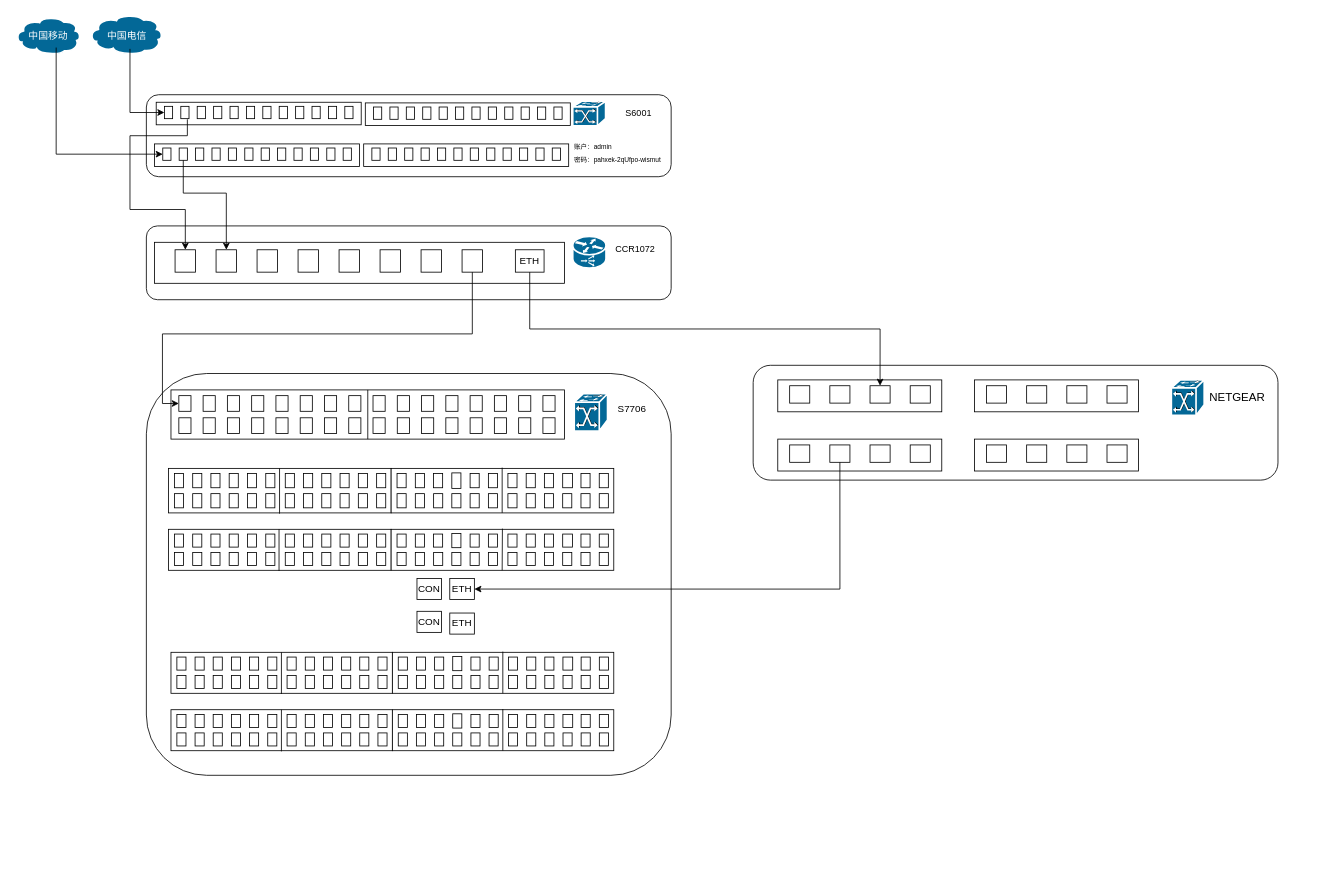
This is rhzy-network.drawio from asharca/drawio, a draw.io file, before an edit. Source tidied: cells renumbered, new cells numbered last; positions are measured from the earlier drawing's top-left corner, leaving out a move shared by most shapes. Both pictures are drawn from the tidied source at 82%, with x=0, y=0 at pixel (15, 14). Pictures stored in the file or linked from it are replaced by grey dashed boxes.
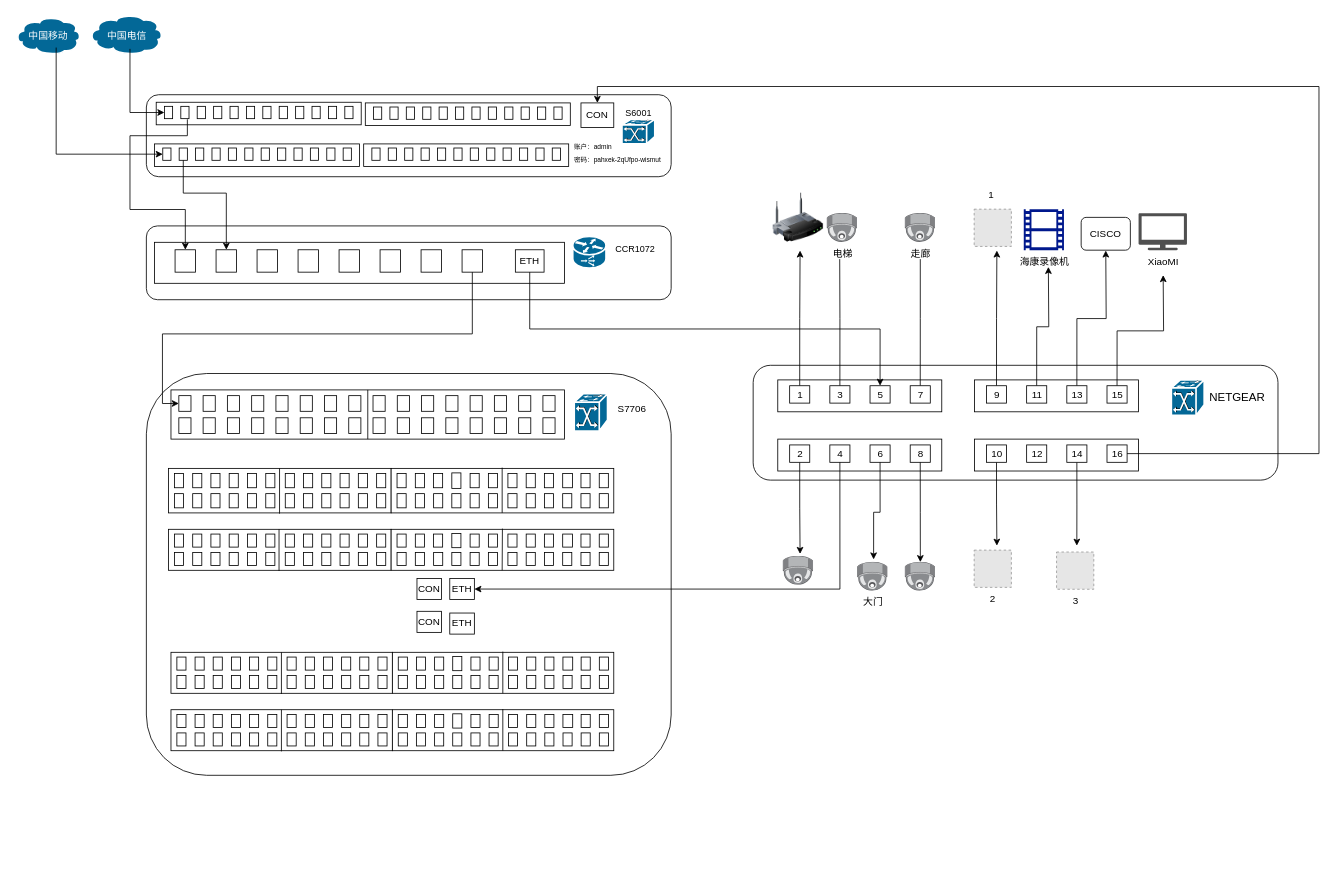
After the change.

The change refers to these unchanged cells:
```xml
<mxCell id="388" style="group;" parent="384" vertex="1">
  <mxGeometry x="30" y="17.8" width="200" height="38.9" as="geometry" />
</mxCell>
<mxCell id="394" style="group;" parent="384" vertex="1">
  <mxGeometry x="30" y="90" width="200" height="38.9" as="geometry" />
</mxCell>
<mxCell id="400" style="group;" parent="384" vertex="1">
  <mxGeometry x="270" y="17.8" width="200" height="38.9" as="geometry" />
</mxCell>
<mxCell id="406" style="group;" parent="384" vertex="1">
  <mxGeometry x="270" y="90" width="200" height="38.9" as="geometry" />
</mxCell>
```

Diff of the diagram source:
```diff
@@
     <mxCell id="3" style="shape=mxgraph.cisco.switches.atm_fast_gigabit_etherswitch;sketch=0;html=1;dashed=0;fillColor=#036897;strokeColor=#ffffff;strokeWidth=2;verticalLabelPosition=bottom;verticalAlign=top;align=center;" parent="1" vertex="1">
-      <mxGeometry x="680" y="106" width="40" height="30" as="geometry" />
+      <mxGeometry x="740" y="128" width="40" height="30" as="geometry" />
     </mxCell>
@@
+    <mxCell id="414" style="edgeStyle=orthogonalEdgeStyle;rounded=0;jettySize=auto;html=1;exitX=0.5;exitY=0;exitDx=0;exitDy=0;" parent="388" edge="1" source="390">
+      <mxGeometry relative="1" as="geometry">
+        <mxPoint x="27.2" y="-157.8" as="targetPoint" />
+      </mxGeometry>
+    </mxCell>
-    <mxCell id="390" style="rounded=0;whiteSpace=wrap;html=1;" parent="388" vertex="1">
+    <mxCell id="390" value="1" style="rounded=0;whiteSpace=wrap;html=1;" parent="388" vertex="1">
       <mxGeometry x="14.5" y="7.1" width="24.5" height="21.2" as="geometry" />
     </mxCell>
+    <mxCell id="415" style="edgeStyle=orthogonalEdgeStyle;rounded=0;jettySize=auto;html=1;exitX=0.5;exitY=0;exitDx=0;exitDy=0;" parent="388" edge="1" source="391">
+      <mxGeometry relative="1" as="geometry">
+        <mxPoint x="75.5" y="-157.8" as="targetPoint" />
+      </mxGeometry>
+    </mxCell>
-    <mxCell id="391" style="rounded=0;whiteSpace=wrap;html=1;" parent="388" vertex="1">
+    <mxCell id="391" value="3" style="rounded=0;whiteSpace=wrap;html=1;" parent="388" vertex="1">
       <mxGeometry x="63.5" y="7.1" width="24.5" height="21.2" as="geometry" />
     </mxCell>
-    <mxCell id="392" style="rounded=0;whiteSpace=wrap;html=1;" parent="388" vertex="1">
+    <mxCell id="392" value="5" style="rounded=0;whiteSpace=wrap;html=1;" parent="388" vertex="1">
       <mxGeometry x="112.5" y="7.1" width="24.5" height="21.2" as="geometry" />
     </mxCell>
+    <mxCell id="416" style="edgeStyle=orthogonalEdgeStyle;rounded=0;jettySize=auto;html=1;exitX=0.5;exitY=0;exitDx=0;exitDy=0;" parent="388" edge="1" source="393">
+      <mxGeometry relative="1" as="geometry">
+        <mxPoint x="173.8" y="-157.8" as="targetPoint" />
+      </mxGeometry>
+    </mxCell>
-    <mxCell id="393" style="rounded=0;whiteSpace=wrap;html=1;" parent="388" vertex="1">
+    <mxCell id="393" value="7" style="rounded=0;whiteSpace=wrap;html=1;" parent="388" vertex="1">
       <mxGeometry x="161.5" y="7.1" width="24.5" height="21.2" as="geometry" />
     </mxCell>
@@
+    <mxCell id="417" style="edgeStyle=orthogonalEdgeStyle;rounded=0;jettySize=auto;html=1;exitX=0.5;exitY=1;exitDx=0;exitDy=0;" parent="394" edge="1" source="396">
+      <mxGeometry relative="1" as="geometry">
+        <mxPoint x="27.2" y="140" as="targetPoint" />
+      </mxGeometry>
+    </mxCell>
-    <mxCell id="396" style="rounded=0;whiteSpace=wrap;html=1;" parent="394" vertex="1">
+    <mxCell id="396" value="2" style="rounded=0;whiteSpace=wrap;html=1;" parent="394" vertex="1">
       <mxGeometry x="14.5" y="7.1" width="24.5" height="21.2" as="geometry" />
     </mxCell>
-    <mxCell id="397" style="rounded=0;whiteSpace=wrap;html=1;" parent="394" vertex="1">
+    <mxCell id="397" value="4" style="rounded=0;whiteSpace=wrap;html=1;" parent="394" vertex="1">
       <mxGeometry x="63.5" y="7.1" width="24.5" height="21.2" as="geometry" />
     </mxCell>
-    <mxCell id="398" style="rounded=0;whiteSpace=wrap;html=1;" parent="394" vertex="1">
+    <mxCell id="398" value="6" style="rounded=0;whiteSpace=wrap;html=1;" parent="394" vertex="1">
       <mxGeometry x="112.5" y="7.1" width="24.5" height="21.2" as="geometry" />
     </mxCell>
-    <mxCell id="399" style="rounded=0;whiteSpace=wrap;html=1;" parent="394" vertex="1">
+    <mxCell id="399" value="8" style="rounded=0;whiteSpace=wrap;html=1;" parent="394" vertex="1">
       <mxGeometry x="161.5" y="7.1" width="24.5" height="21.2" as="geometry" />
     </mxCell>
@@
+    <mxCell id="418" style="edgeStyle=orthogonalEdgeStyle;rounded=0;jettySize=auto;html=1;exitX=0.5;exitY=0;exitDx=0;exitDy=0;" parent="400" edge="1" source="402">
+      <mxGeometry relative="1" as="geometry">
+        <mxPoint x="27.2" y="-157.8" as="targetPoint" />
+      </mxGeometry>
+    </mxCell>
-    <mxCell id="402" style="rounded=0;whiteSpace=wrap;html=1;" parent="400" vertex="1">
+    <mxCell id="402" value="9" style="rounded=0;whiteSpace=wrap;html=1;" parent="400" vertex="1">
       <mxGeometry x="14.5" y="7.1" width="24.5" height="21.2" as="geometry" />
     </mxCell>
+    <mxCell id="419" style="edgeStyle=orthogonalEdgeStyle;rounded=0;jettySize=auto;html=1;exitX=0.5;exitY=0;exitDx=0;exitDy=0;" parent="400" edge="1" source="403">
+      <mxGeometry relative="1" as="geometry">
+        <mxPoint x="90" y="-137.8" as="targetPoint" />
+      </mxGeometry>
+    </mxCell>
-    <mxCell id="403" style="rounded=0;whiteSpace=wrap;html=1;" parent="400" vertex="1">
+    <mxCell id="403" value="11" style="rounded=0;whiteSpace=wrap;html=1;" parent="400" vertex="1">
       <mxGeometry x="63.5" y="7.1" width="24.5" height="21.2" as="geometry" />
     </mxCell>
+    <mxCell id="420" style="edgeStyle=orthogonalEdgeStyle;rounded=0;jettySize=auto;html=1;exitX=0.5;exitY=0;exitDx=0;exitDy=0;" parent="400" edge="1" source="404">
+      <mxGeometry relative="1" as="geometry">
+        <mxPoint x="160" y="-157.8" as="targetPoint" />
+      </mxGeometry>
+    </mxCell>
-    <mxCell id="404" style="rounded=0;whiteSpace=wrap;html=1;" parent="400" vertex="1">
+    <mxCell id="404" value="13" style="rounded=0;whiteSpace=wrap;html=1;" parent="400" vertex="1">
       <mxGeometry x="112.5" y="7.1" width="24.5" height="21.2" as="geometry" />
     </mxCell>
+    <mxCell id="421" style="edgeStyle=orthogonalEdgeStyle;rounded=0;jettySize=auto;html=1;exitX=0.5;exitY=0;exitDx=0;exitDy=0;" parent="400" edge="1" source="405">
+      <mxGeometry relative="1" as="geometry">
+        <mxPoint x="230" y="-127.8" as="targetPoint" />
+      </mxGeometry>
+    </mxCell>
-    <mxCell id="405" style="rounded=0;whiteSpace=wrap;html=1;" parent="400" vertex="1">
+    <mxCell id="405" value="15" style="rounded=0;whiteSpace=wrap;html=1;" parent="400" vertex="1">
       <mxGeometry x="161.5" y="7.1" width="24.5" height="21.2" as="geometry" />
     </mxCell>
@@
+    <mxCell id="422" style="edgeStyle=orthogonalEdgeStyle;rounded=0;jettySize=auto;html=1;exitX=0.5;exitY=1;exitDx=0;exitDy=0;" parent="406" edge="1" source="408">
+      <mxGeometry relative="1" as="geometry">
+        <mxPoint x="27.2" y="130" as="targetPoint" />
+      </mxGeometry>
+    </mxCell>
-    <mxCell id="408" style="rounded=0;whiteSpace=wrap;html=1;" parent="406" vertex="1">
+    <mxCell id="408" value="10" style="rounded=0;whiteSpace=wrap;html=1;" parent="406" vertex="1">
       <mxGeometry x="14.5" y="7.1" width="24.5" height="21.2" as="geometry" />
     </mxCell>
-    <mxCell id="409" style="rounded=0;whiteSpace=wrap;html=1;" parent="406" vertex="1">
+    <mxCell id="409" value="12" style="rounded=0;whiteSpace=wrap;html=1;" parent="406" vertex="1">
       <mxGeometry x="63.5" y="7.1" width="24.5" height="21.2" as="geometry" />
     </mxCell>
+    <mxCell id="423" style="edgeStyle=orthogonalEdgeStyle;rounded=0;jettySize=auto;html=1;exitX=0.5;exitY=1;exitDx=0;exitDy=0;" parent="406" edge="1" source="410">
+      <mxGeometry relative="1" as="geometry">
+        <mxPoint x="124.7" y="130" as="targetPoint" />
+      </mxGeometry>
+    </mxCell>
-    <mxCell id="410" style="rounded=0;whiteSpace=wrap;html=1;" parent="406" vertex="1">
+    <mxCell id="410" value="14" style="rounded=0;whiteSpace=wrap;html=1;" parent="406" vertex="1">
       <mxGeometry x="112.5" y="7.1" width="24.5" height="21.2" as="geometry" />
     </mxCell>
-    <mxCell id="411" style="rounded=0;whiteSpace=wrap;html=1;" parent="406" vertex="1">
+    <mxCell id="411" value="16" style="rounded=0;whiteSpace=wrap;html=1;" parent="406" vertex="1">
       <mxGeometry x="161.5" y="7.1" width="24.5" height="21.2" as="geometry" />
     </mxCell>
@@
+    <mxCell id="424" style="image;html=1;image=img/lib/clip_art/networking/Wireless_Router_128x128.png;" parent="1" vertex="1">
+      <mxGeometry x="920" y="218" width="70" height="60" as="geometry" />
+    </mxCell>
+    <mxCell id="425" style="image;html=1;align=center;shadow=0;dashed=0;image=img/lib/allied_telesis/security/Surveillance_Camera_Ceiling.svg;" parent="1" vertex="1">
+      <mxGeometry x="936.4" y="660.7" width="37.2" height="35.4" as="geometry" />
+    </mxCell>
+    <mxCell id="426" value="电梯" style="image;html=1;align=center;shadow=0;dashed=0;image=img/lib/allied_telesis/security/Surveillance_Camera_Ceiling.svg;" parent="1" vertex="1">
+      <mxGeometry x="990" y="242.6" width="37.2" height="35.4" as="geometry" />
+    </mxCell>
+    <mxCell id="427" value="走廊" style="image;html=1;align=center;shadow=0;dashed=0;image=img/lib/allied_telesis/security/Surveillance_Camera_Ceiling.svg;" parent="1" vertex="1">
+      <mxGeometry x="1085.2" y="242.6" width="37.2" height="35.4" as="geometry" />
+    </mxCell>
+    <mxCell id="428" value="大门" style="image;points=[];html=1;align=center;shadow=0;dashed=0;image=img/lib/allied_telesis/security/Surveillance_Camera_Ceiling.svg;" parent="1" vertex="1">
+      <mxGeometry x="1027.2" y="668" width="37.2" height="35.4" as="geometry" />
+    </mxCell>
+    <mxCell id="429" style="image;points=[];html=1;align=center;shadow=0;dashed=0;image=img/lib/allied_telesis/security/Surveillance_Camera_Ceiling.svg;" parent="1" vertex="1">
+      <mxGeometry x="1085.2" y="668" width="37.2" height="35.4" as="geometry" />
+    </mxCell>
+    <mxCell id="430" style="edgeStyle=orthogonalEdgeStyle;rounded=0;jettySize=auto;html=1;exitX=0.5;exitY=1;exitDx=0;exitDy=0;entryX=0.529;entryY=-0.092;entryDx=0;entryDy=0;entryPerimeter=0;" parent="1" edge="1" source="398" target="428">
+      <mxGeometry relative="1" as="geometry" />
+    </mxCell>
+    <mxCell id="431" style="edgeStyle=orthogonalEdgeStyle;rounded=0;jettySize=auto;html=1;exitX=0.5;exitY=1;exitDx=0;exitDy=0;entryX=0.502;entryY=0;entryDx=0;entryDy=0;entryPerimeter=0;" parent="1" edge="1" source="399" target="429">
+      <mxGeometry relative="1" as="geometry" />
+    </mxCell>
+    <mxCell id="432" value="海康录像机" style="sketch=0;shadow=0;dashed=0;html=1;strokeColor=none;labelPosition=center;verticalLabelPosition=bottom;verticalAlign=top;align=center;fillColor=#00188D;shape=mxgraph.mscae.general.video;" parent="1" vertex="1">
+      <mxGeometry x="1230" y="237.6" width="49" height="50" as="geometry" />
+    </mxCell>
+    <mxCell id="433" style="fillColor=#E6E6E6;strokeColor=#999999;dashed=1;html=1;verticalAlign=top;verticalLabelPosition=bottom;labelBackgroundColor=#ffffff;" parent="1" vertex="1">
+      <mxGeometry x="1169.5" y="237.6" width="45.4" height="45.4" as="geometry" />
+    </mxCell>
+    <mxCell id="434" value="2" style="fillColor=#E6E6E6;strokeColor=#999999;dashed=1;html=1;verticalAlign=top;verticalLabelPosition=bottom;labelBackgroundColor=#ffffff;" parent="1" vertex="1">
+      <mxGeometry x="1169.5" y="653.4" width="45.4" height="45.4" as="geometry" />
+    </mxCell>
+    <mxCell id="435" value="3" style="fillColor=#E6E6E6;strokeColor=#999999;dashed=1;html=1;verticalAlign=top;verticalLabelPosition=bottom;labelBackgroundColor=#ffffff;" parent="1" vertex="1">
+      <mxGeometry x="1270" y="655.7" width="45.4" height="45.4" as="geometry" />
+    </mxCell>
+    <mxCell id="436" value="CON" style="rounded=0;whiteSpace=wrap;html=1;" parent="1" vertex="1">
+      <mxGeometry x="690" y="108" width="40" height="30" as="geometry" />
+    </mxCell>
+    <mxCell id="437" value="XiaoMI" style="sketch=0;shadow=0;dashed=0;html=1;strokeColor=none;fillColor=#505050;labelPosition=center;verticalLabelPosition=bottom;verticalAlign=top;align=center;shape=mxgraph.office.devices.tv;" parent="1" vertex="1">
+      <mxGeometry x="1370" y="242.6" width="59" height="45" as="geometry" />
+    </mxCell>
+    <mxCell id="438" style="edgeStyle=orthogonalEdgeStyle;rounded=0;jettySize=auto;html=1;exitX=1;exitY=0.5;exitDx=0;exitDy=0;entryX=0.5;entryY=0;entryDx=0;entryDy=0;" parent="1" edge="1" source="411" target="436">
+      <mxGeometry relative="1" as="geometry">
+        <Array as="points">
+          <mxPoint x="1590" y="536" />
+          <mxPoint x="1590" y="88" />
+          <mxPoint x="710" y="88" />
+        </Array>
+      </mxGeometry>
+    </mxCell>
+    <mxCell id="439" value="CISCO" style="rounded=1;whiteSpace=wrap;html=1;" parent="1" vertex="1">
+      <mxGeometry x="1300" y="247.6" width="60" height="40" as="geometry" />
+    </mxCell>
+    <mxCell id="440" value="1" style="text;html=1;align=center;verticalAlign=middle;strokeColor=none;fillColor=none;" parent="1" vertex="1">
+      <mxGeometry x="1175" y="206" width="30" height="30" as="geometry" />
+    </mxCell>
```
